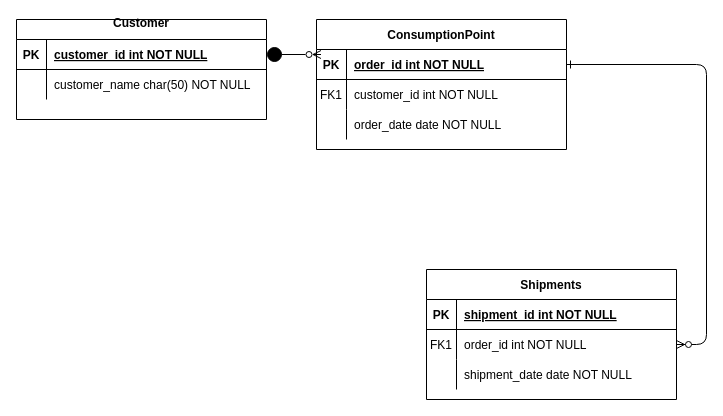
This is Untitled Diagram.drawio from Diluviu/MeterMasterDBArc, a draw.io file, before an edit. Source tidied: cells renumbered, new cells numbered last; positions are measured from the earlier drawing's top-left corner, leaving out a move shared by most shapes. Both pictures are drawn from the tidied source at 100%, with x=0, y=0 at pixel (16, 19).
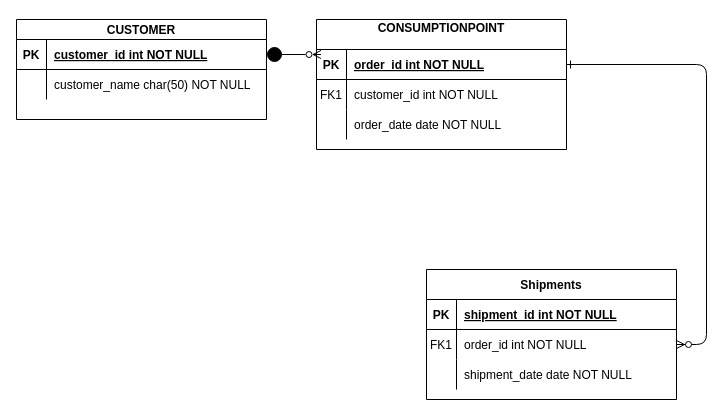
After the change.

Change to the diagram source:
```diff
@@
-    <mxCell id="3" value="ConsumptionPoint" style="shape=table;startSize=30;childLayout=tableLayout;rowLines=0;fontStyle=1;align=center;" parent="1" vertex="1">
+    <mxCell id="3" value="CONSUMPTIONPOINT&#10;" style="shape=table;startSize=30;childLayout=tableLayout;rowLines=0;fontStyle=1;align=center;" parent="1" vertex="1">
       <mxGeometry x="300" width="250" height="130" as="geometry" />
     </mxCell>
@@
-    <mxCell id="23" value="Customer&#10;" style="shape=table;startSize=20;childLayout=tableLayout;rowLines=0;fontStyle=1;align=center;" parent="1" vertex="1">
+    <mxCell id="23" value="CUSTOMER" style="shape=table;startSize=20;childLayout=tableLayout;rowLines=0;fontStyle=1;align=center;" parent="1" vertex="1">
       <mxGeometry width="250" height="100" as="geometry" />
     </mxCell>
```
